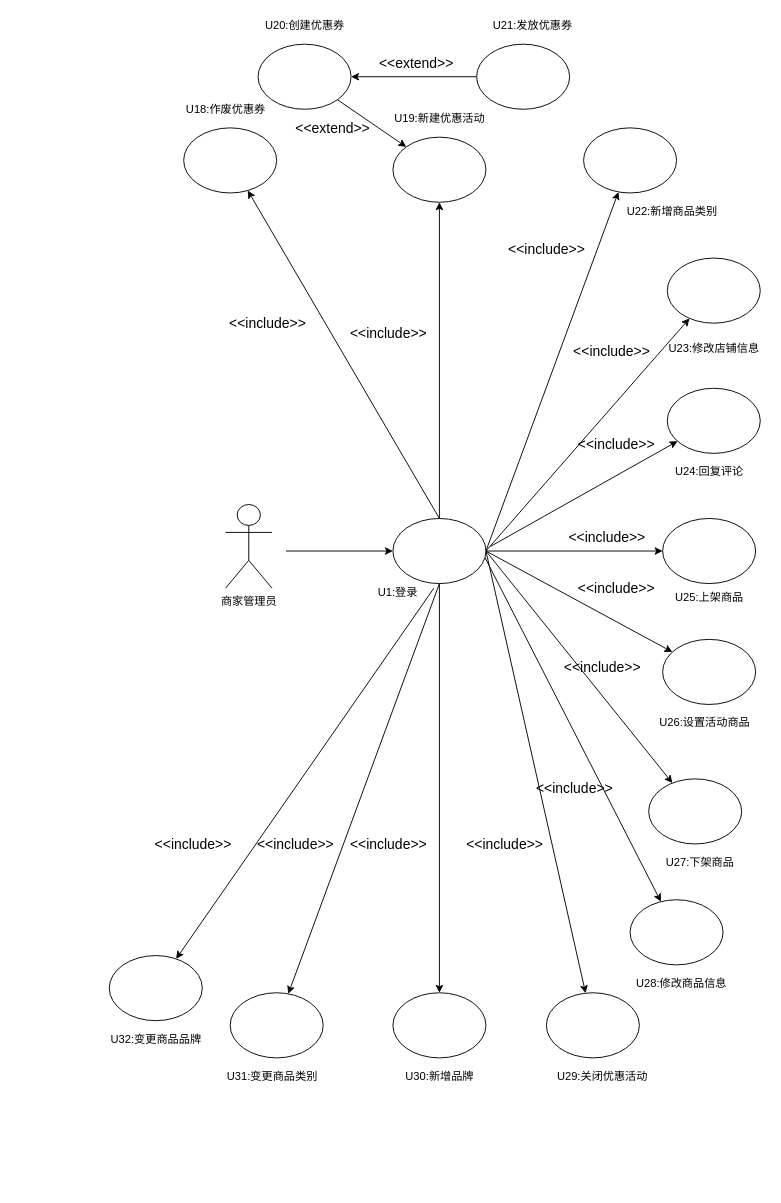
The draw.io diagram 软工导论小组作业/需求建模之用例模型（商品模块-商家管理员）.drawio in app1echip/grams, before the edit. Source tidied: cells renumbered, new cells numbered last; positions are measured from the earlier drawing's top-left corner, leaving out a move shared by most shapes. Both pictures are drawn from the tidied source at 93%, with x=0, y=0 at pixel (104, 16).
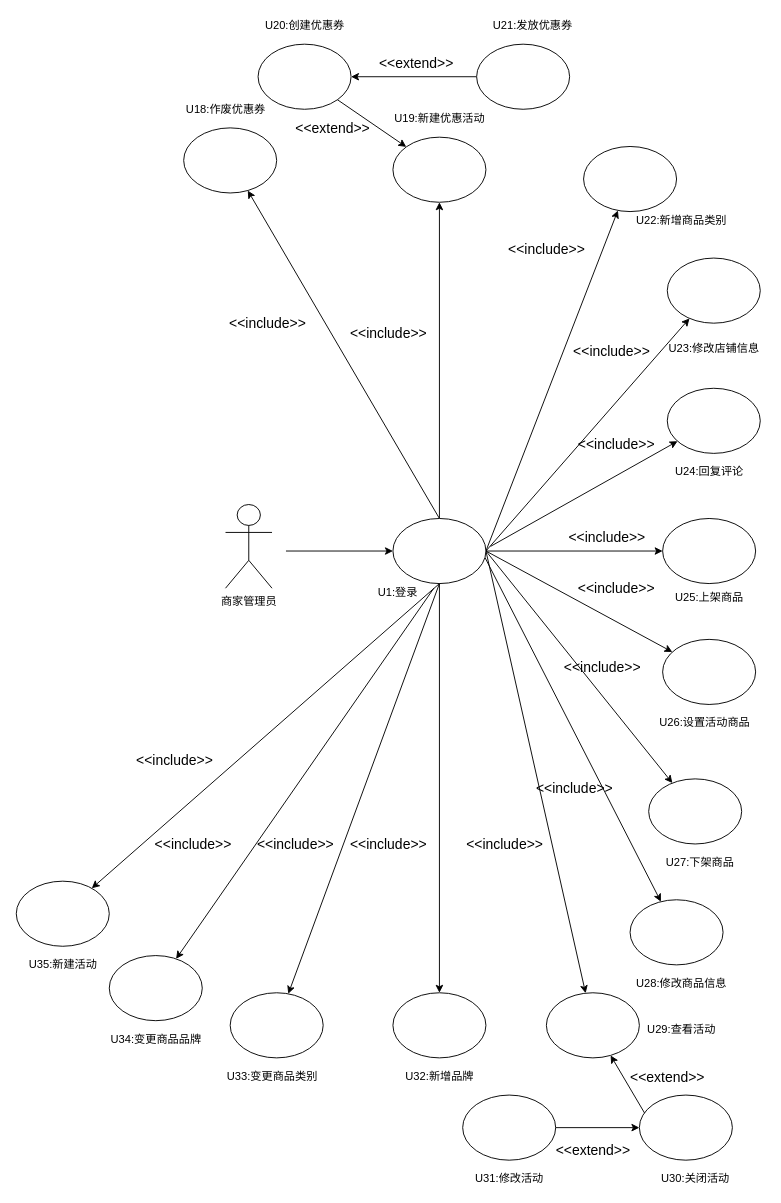
The same page after the edit.

Commit message:
Update 需求建模之用例模型（商品模块-商家管理员）.drawio

Unchanged cells that the change refers to:
```xml
<mxCell id="14" style="ellipse;whiteSpace=wrap;html=1;" parent="1" vertex="1">
  <mxGeometry x="475" y="1050" width="100" height="70" as="geometry" />
</mxCell>
<mxCell id="32" style="ellipse;whiteSpace=wrap;html=1;" parent="1" vertex="1">
  <mxGeometry x="310" y="540" width="100" height="70" as="geometry" />
</mxCell>
```

What changed in the source:
```diff
@@
+    <mxCell id="66" style="edgeStyle=none;rounded=0;jettySize=auto;html=1;entryX=0.06;entryY=0.286;entryDx=0;entryDy=0;entryPerimeter=0;startArrow=classic;startFill=1;endArrow=none;endFill=0;" parent="1" edge="1" source="14" target="69">
+      <mxGeometry relative="1" as="geometry" />
+    </mxCell>
@@
     <mxCell id="18" style="ellipse;whiteSpace=wrap;html=1;" parent="1" vertex="1">
-      <mxGeometry x="515" y="120" width="100" height="70" as="geometry" />
+      <mxGeometry x="515" y="140" width="100" height="70" as="geometry" />
     </mxCell>
@@
     <mxCell id="41" value="&lt;span&gt;U22:&lt;/span&gt;&lt;span&gt;新增商品类别&lt;/span&gt;" style="text;html=1;align=center;verticalAlign=middle;" parent="1" vertex="1">
-      <mxGeometry x="555" y="200" width="110" height="20" as="geometry" />
+      <mxGeometry x="565" y="210" width="110" height="20" as="geometry" />
     </mxCell>
-    <mxCell id="42" value="&lt;span&gt;U30:&lt;/span&gt;&lt;span&gt;新增品牌&lt;/span&gt;" style="text;html=1;align=center;verticalAlign=middle;" parent="1" vertex="1">
+    <mxCell id="42" value="&lt;span&gt;U32:&lt;/span&gt;&lt;span&gt;新增品牌&lt;/span&gt;" style="text;html=1;align=center;verticalAlign=middle;" parent="1" vertex="1">
       <mxGeometry x="315" y="1130" width="90" height="20" as="geometry" />
     </mxCell>
@@
-    <mxCell id="44" value="&lt;span&gt;U31:&lt;/span&gt;&lt;span&gt;变更商品类别&lt;/span&gt;" style="text;html=1;align=center;verticalAlign=middle;" parent="1" vertex="1">
+    <mxCell id="44" value="&lt;span&gt;U33:&lt;/span&gt;&lt;span&gt;变更商品类别&lt;/span&gt;" style="text;html=1;align=center;verticalAlign=middle;" parent="1" vertex="1">
       <mxGeometry x="125" y="1130" width="110" height="20" as="geometry" />
     </mxCell>
-    <mxCell id="45" value="&lt;span&gt;U32:&lt;/span&gt;&lt;span&gt;变更商品品牌&lt;/span&gt;" style="text;html=1;align=center;verticalAlign=middle;" parent="1" vertex="1">
+    <mxCell id="45" value="&lt;span&gt;U34:&lt;/span&gt;&lt;span&gt;变更商品品牌&lt;/span&gt;" style="text;html=1;align=center;verticalAlign=middle;" parent="1" vertex="1">
       <mxGeometry y="1090" width="110" height="20" as="geometry" />
     </mxCell>
@@
-    <mxCell id="49" value="&lt;span&gt;U29:&lt;/span&gt;&lt;span&gt;关闭优惠活动&lt;/span&gt;" style="text;html=1;align=center;verticalAlign=middle;" parent="1" vertex="1">
-      <mxGeometry x="480" y="1130" width="110" height="20" as="geometry" />
+    <mxCell id="49" value="&lt;span&gt;U29:查看&lt;/span&gt;&lt;span&gt;活动&lt;/span&gt;" style="text;html=1;align=center;verticalAlign=middle;" parent="1" vertex="1">
+      <mxGeometry x="575" y="1080" width="90" height="20" as="geometry" />
     </mxCell>
@@
+    <mxCell id="67" style="ellipse;whiteSpace=wrap;html=1;" parent="1" vertex="1">
+      <mxGeometry x="385" y="1160" width="100" height="70" as="geometry" />
+    </mxCell>
+    <mxCell id="68" style="edgeStyle=none;rounded=0;jettySize=auto;html=1;entryX=1;entryY=0.5;entryDx=0;entryDy=0;startArrow=classic;startFill=1;endArrow=none;endFill=0;" parent="1" edge="1" source="69" target="67">
+      <mxGeometry relative="1" as="geometry" />
+    </mxCell>
+    <mxCell id="69" style="ellipse;whiteSpace=wrap;html=1;" parent="1" vertex="1">
+      <mxGeometry x="575" y="1160" width="100" height="70" as="geometry" />
+    </mxCell>
+    <mxCell id="70" value="&lt;span&gt;U30:&lt;/span&gt;&lt;span&gt;关闭活动&lt;/span&gt;" style="text;html=1;align=center;verticalAlign=middle;" parent="1" vertex="1">
+      <mxGeometry x="590" y="1240" width="90" height="20" as="geometry" />
+    </mxCell>
+    <mxCell id="71" value="&lt;span&gt;U31:&lt;/span&gt;&lt;span&gt;修改活动&lt;/span&gt;" style="text;html=1;align=center;verticalAlign=middle;" parent="1" vertex="1">
+      <mxGeometry x="390" y="1240" width="90" height="20" as="geometry" />
+    </mxCell>
+    <mxCell id="72" value="&lt;font style=&quot;font-size: 15px&quot;&gt;&amp;lt;&amp;lt;extend&amp;gt;&amp;gt;&lt;/font&gt;" style="text;html=1;align=center;verticalAlign=middle;" parent="1" vertex="1">
+      <mxGeometry x="475" y="1209" width="100" height="20" as="geometry" />
+    </mxCell>
+    <mxCell id="73" value="&lt;font style=&quot;font-size: 15px&quot;&gt;&amp;lt;&amp;lt;extend&amp;gt;&amp;gt;&lt;/font&gt;" style="text;html=1;align=center;verticalAlign=middle;" parent="1" vertex="1">
+      <mxGeometry x="555" y="1130" width="100" height="20" as="geometry" />
+    </mxCell>
+    <mxCell id="74" style="edgeStyle=none;rounded=0;jettySize=auto;html=1;entryX=0.5;entryY=1;entryDx=0;entryDy=0;startArrow=classic;startFill=1;endArrow=none;endFill=0;" parent="1" edge="1" source="75" target="32">
+      <mxGeometry relative="1" as="geometry" />
+    </mxCell>
+    <mxCell id="75" style="ellipse;whiteSpace=wrap;html=1;" parent="1" vertex="1">
+      <mxGeometry x="-95" y="930" width="100" height="70" as="geometry" />
+    </mxCell>
+    <mxCell id="76" value="&lt;font style=&quot;font-size: 15px&quot;&gt;&amp;lt;&amp;lt;include&amp;gt;&amp;gt;&lt;/font&gt;" style="text;html=1;align=center;verticalAlign=middle;" parent="1" vertex="1">
+      <mxGeometry x="25" y="790" width="100" height="20" as="geometry" />
+    </mxCell>
+    <mxCell id="77" value="&lt;span&gt;U35:新建&lt;/span&gt;&lt;span&gt;活动&lt;/span&gt;" style="text;html=1;align=center;verticalAlign=middle;" parent="1" vertex="1">
+      <mxGeometry x="-90" y="1010" width="90" height="20" as="geometry" />
+    </mxCell>
```
